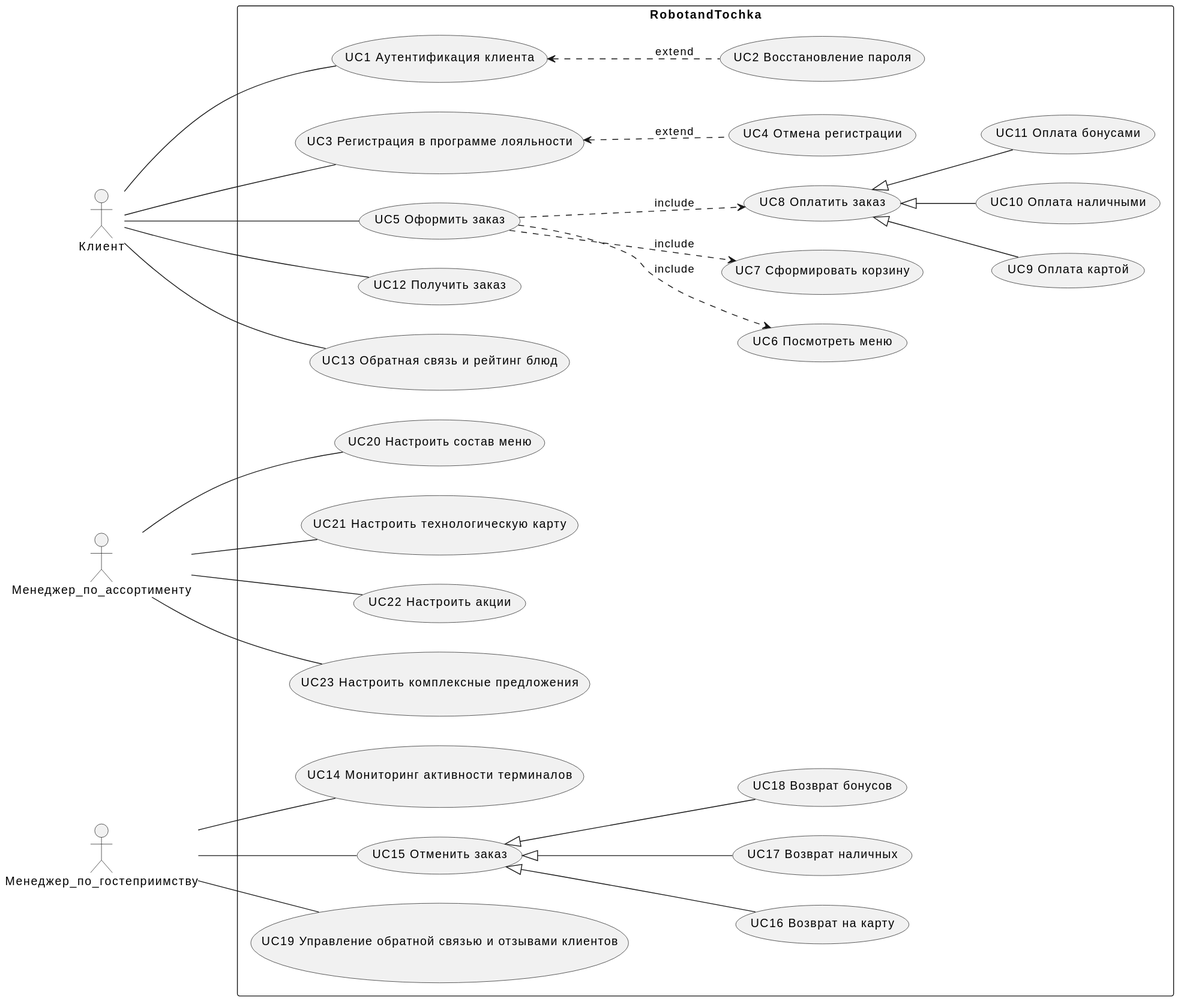
This is docs/diagrams/include/UC.svg from xxx996/OTUS_Restaraunt, a PlantUML export, as it was before one commit.
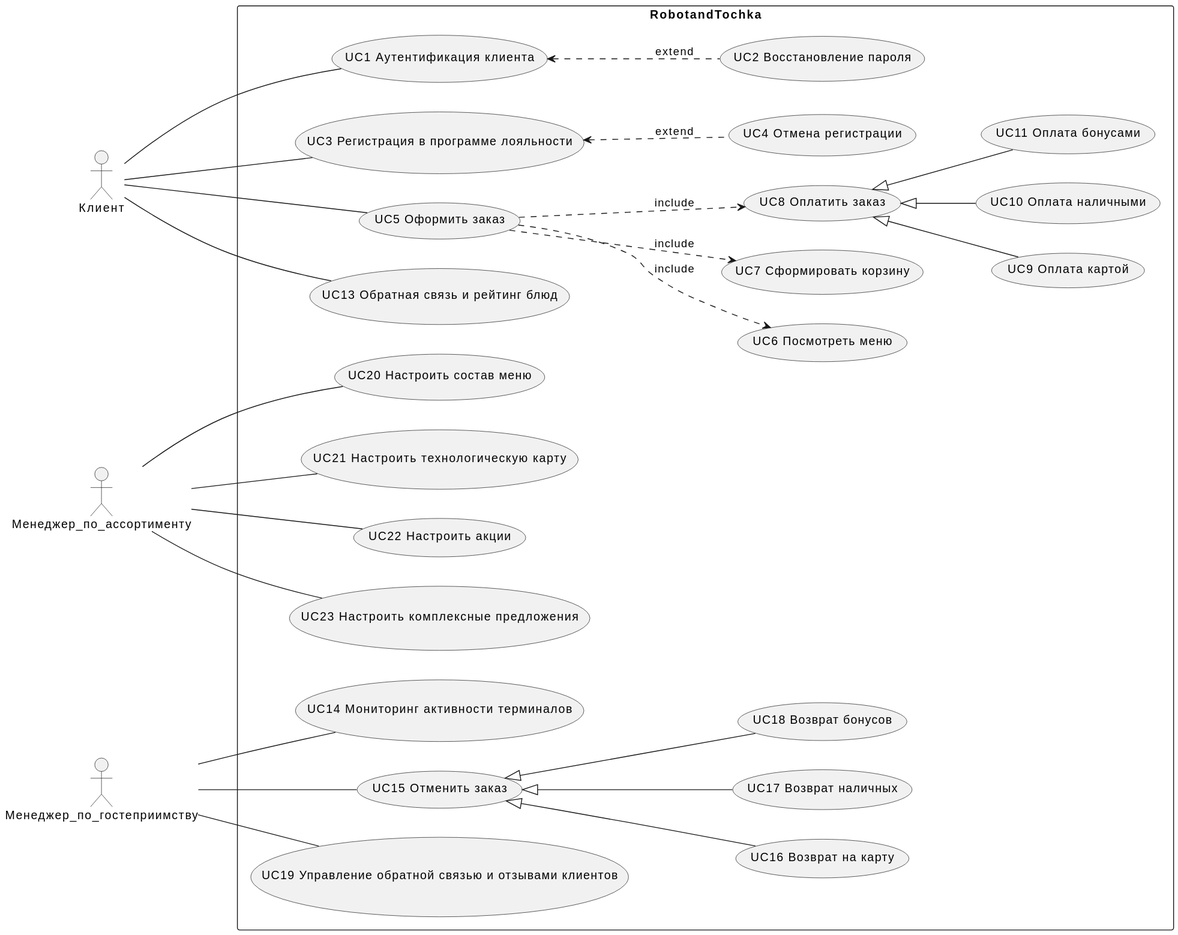
After the change.

Diff of the diagram source:
```diff
@@ -18,7 +18,6 @@
     usecase (UС9 Оплата картой) as UC9
     usecase (UС10 Оплата наличными) as UC10
     usecase (UС11 Оплата бонусами) as UC11
-    usecase (UС12 Получить заказ) as UC12
     usecase (UС13 Обратная связь и рейтинг блюд) as UC13
 
 
@@ -40,7 +39,6 @@
 ul -- UC1
 ul -- UC3
 ul -- UC5
-ul -- UC12
 ul -- UC13
 
 
```
